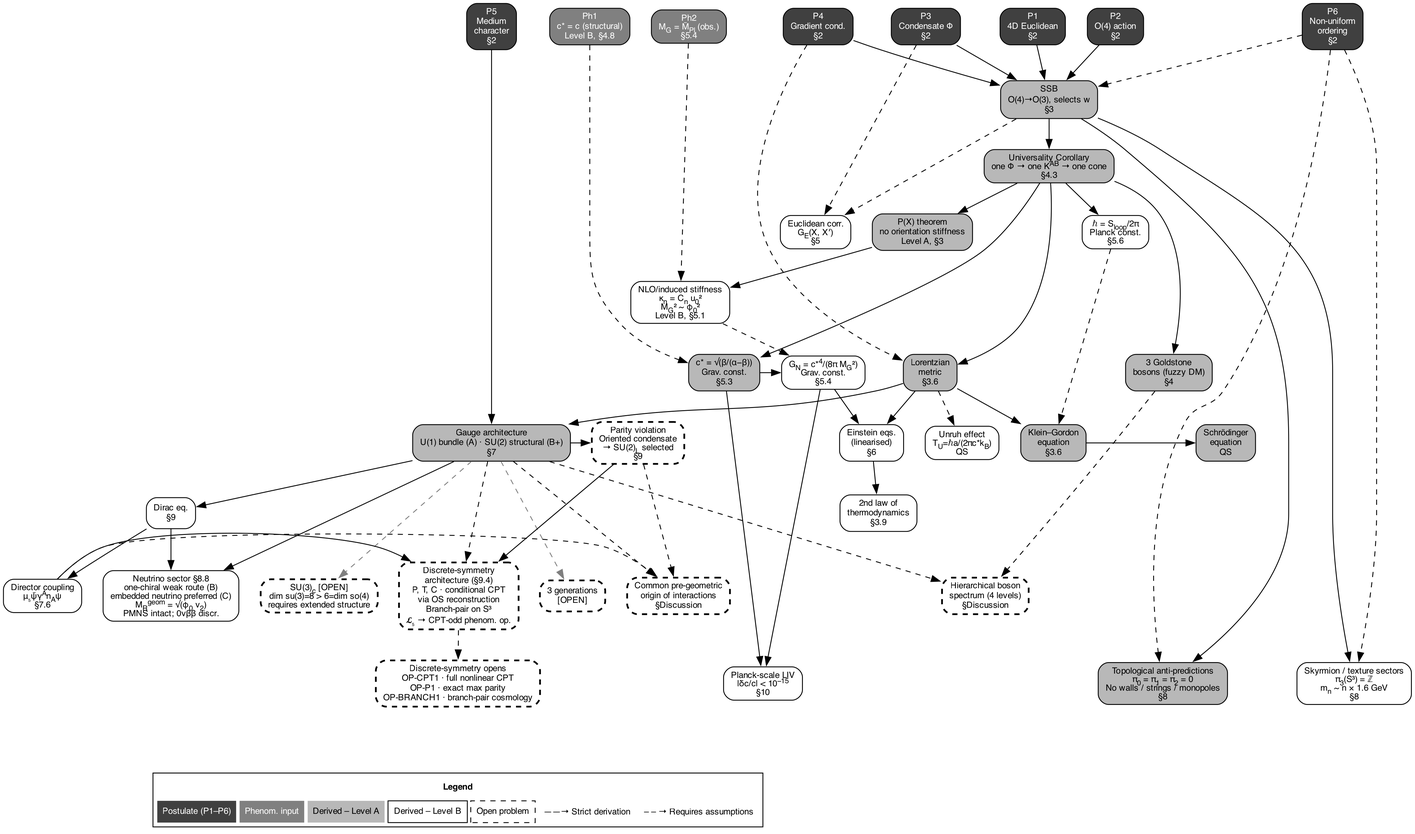
This is figures/fig_partI_derivation_logic.png from chufelo/ECT-preprint-code, a Graphviz export, as it was before one commit. Its source is kept beside it as scripts/fig_partI_derivation_logic.gv.
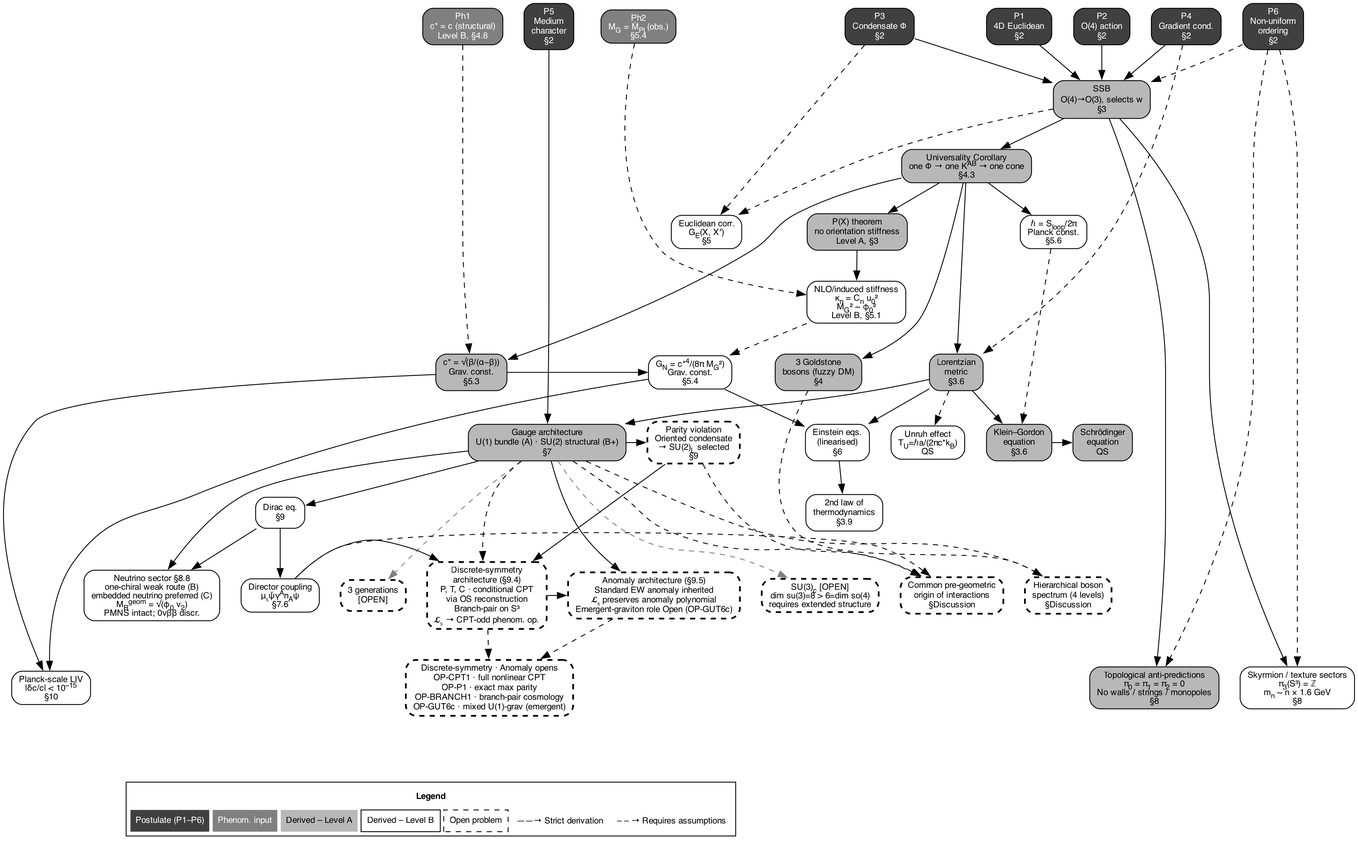
After the change.

Diff of the diagram source:
```diff
@@ -50,7 +50,7 @@
   node [fillcolor="white", style="rounded,dashed", fontcolor=black, penwidth=2];
   SU3 [label=<SU(3)<SUB>c</SUB> [OPEN]<BR/>dim su(3)=8 &gt; 6=dim so(4)<BR/>requires extended structure>];
   threegen [label=<3 generations<BR/>[OPEN]>];
-  cpt_open [label=<Discrete-symmetry opens<BR/>OP-CPT1 · full nonlinear CPT<BR/>OP-P1 · exact max parity<BR/>OP-BRANCH1 · branch-pair cosmology>];
+  cpt_open [label=<Discrete-symmetry · Anomaly opens<BR/>OP-CPT1 · full nonlinear CPT<BR/>OP-P1 · exact max parity<BR/>OP-BRANCH1 · branch-pair cosmology<BR/>OP-GUT6c · mixed U(1)-grav (emergent)>];
 
   node [fillcolor="#b8b8b8", fontcolor=black];
   parity [label=<Parity violation<BR/>Oriented condensate<BR/>→ SU(2)<SUB>L</SUB> selected<BR/>§9>];
@@ -59,6 +59,7 @@
   boson_hier [label=<Hierarchical boson<BR/>spectrum (4 levels)<BR/>§Discussion>];
   common_origin [label=<Common pre-geometric<BR/>origin of interactions<BR/>§Discussion>];
   cpt_arch [label=<Discrete-symmetry<BR/>architecture (§9.4)<BR/>P, T, C · conditional CPT<BR/>via OS reconstruction<BR/>Branch-pair on S³<BR/>𝓛₅ → CPT-odd phenom. op.>];
+  anomaly_arch [label=<Anomaly architecture (§9.5)<BR/>Standard EW anomaly inherited<BR/>𝓛₅ preserves anomaly polynomial<BR/>Emergent-graviton role Open (OP-GUT6c)>];
 
   {rank=same; P1; P2; P3; P4; Ph2; Ph1}
   {rank=same; P5; P6}
@@ -66,7 +67,7 @@
   {rank=same; hbar; GE}
   {rank=same; gauge; KG; einstein; unruh; schrodinger; parity}
   {rank=same; dirac; second_law}
-  {rank=same; SU3; fifth; threegen; neutrino; common_origin; boson_hier; cpt_arch}
+  {rank=same; SU3; fifth; threegen; neutrino; common_origin; boson_hier; cpt_arch; anomaly_arch}
   {rank=same; topo_anti; skyrmion; LIV; cpt_open}
 
   P1 -> SSB; P2 -> SSB; P3 -> SSB; P4 -> SSB;
@@ -111,6 +112,9 @@
   fifth -> cpt_arch;
   gauge -> cpt_arch [style=dashed];
   cpt_arch -> cpt_open [style=dashed];
+  cpt_arch -> anomaly_arch;
+  gauge -> anomaly_arch;
+  anomaly_arch -> cpt_open [style=dashed];
 
   node [shape=point, width=0, style=invis];
   spacer1 [label=""];
@@ -121,6 +125,7 @@
   threegen -> spacer1 [style=invis];
   fifth -> spacer1 [style=invis];
   cpt_open -> spacer1 [style=invis];
+  anomaly_arch -> spacer1 [style=invis];
 
   node [shape=plaintext, style="", fillcolor=white];
   legend [label=<
```
